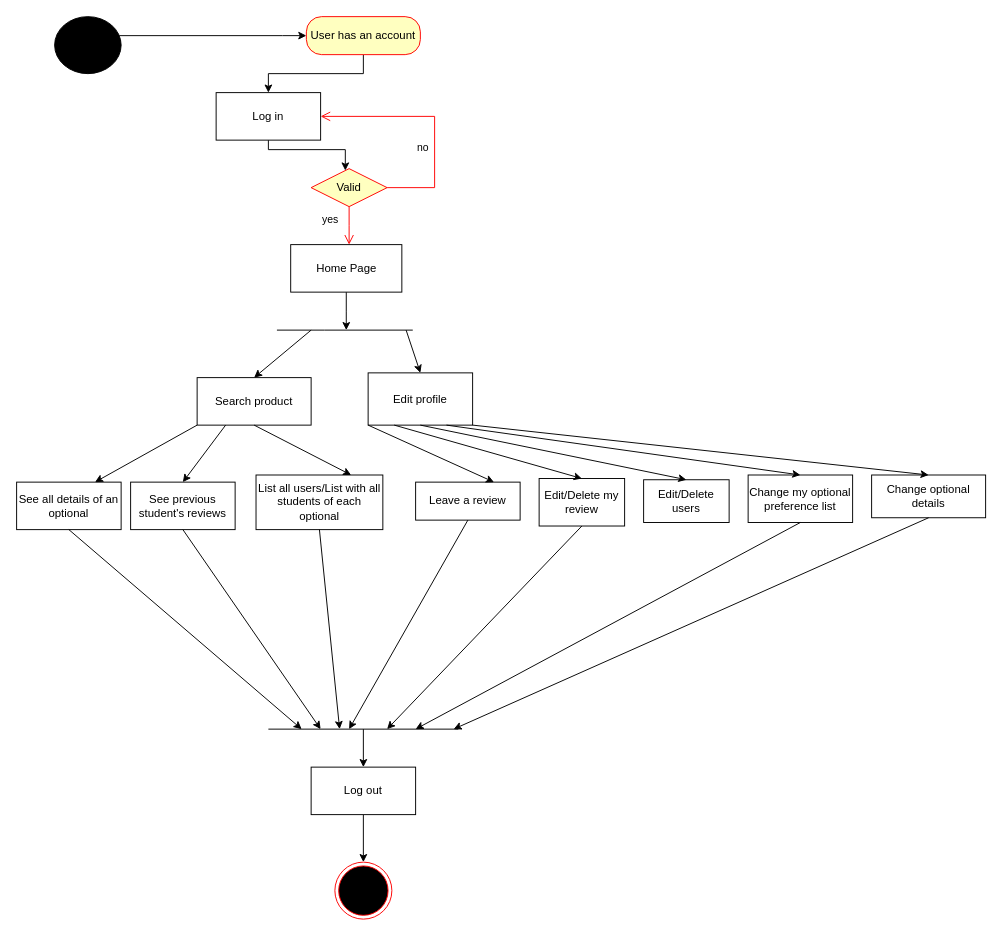
Earlier version of the draw.io diagram page "Pagină-4" (4 of 4) of ANUL 3 SEM I/Diagramă fără titlu.drawio (RobertaDiana/FMI-UNIBUC). Source tidied: cells renumbered, new cells numbered last; positions are measured from the earlier drawing's top-left corner, leaving out a move shared by most shapes. Both pictures are drawn from the tidied source at 95%, with x=0, y=0 at pixel (16, 16).
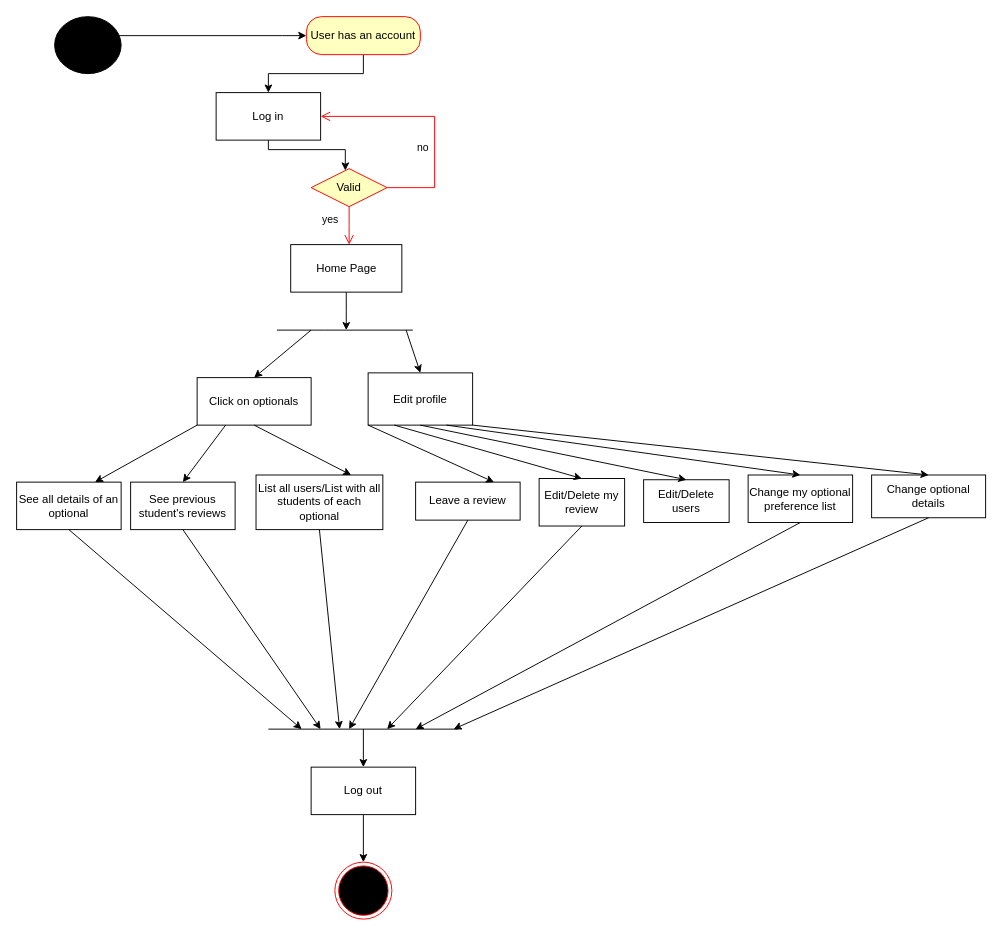
After the change.

Change to the diagram source:
```diff
@@
-    <mxCell id="33" value="Search product" style="rounded=0;whiteSpace=wrap;html=1;" parent="1" vertex="1">
+    <mxCell id="33" value="Click on optionals" style="rounded=0;whiteSpace=wrap;html=1;" parent="1" vertex="1">
       <mxGeometry x="190" y="380" width="120" height="50" as="geometry" />
     </mxCell>
```
